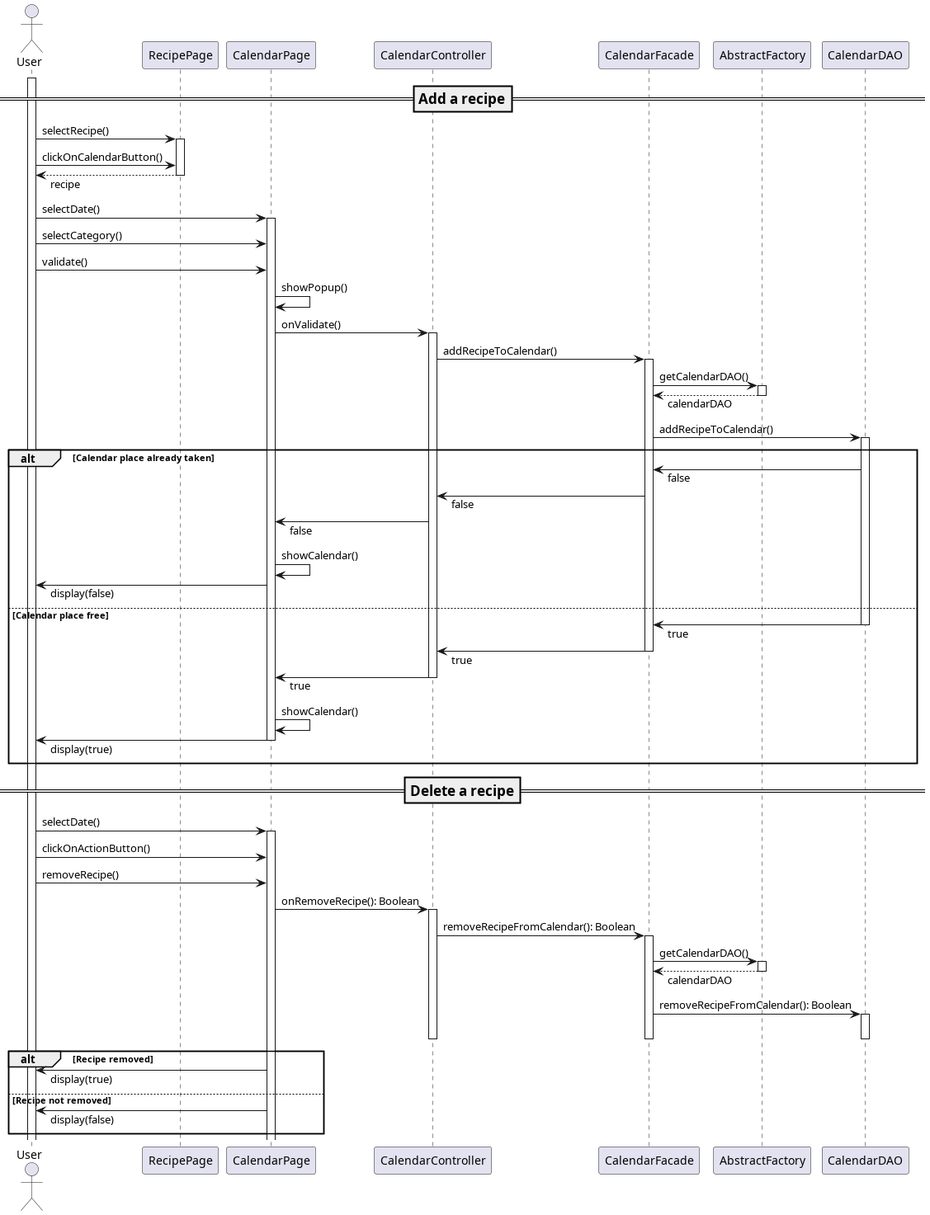
The PlantUML diagram doc/reports/final/img/calendarSequence.png in iusildra/WineCellar, before a commit.
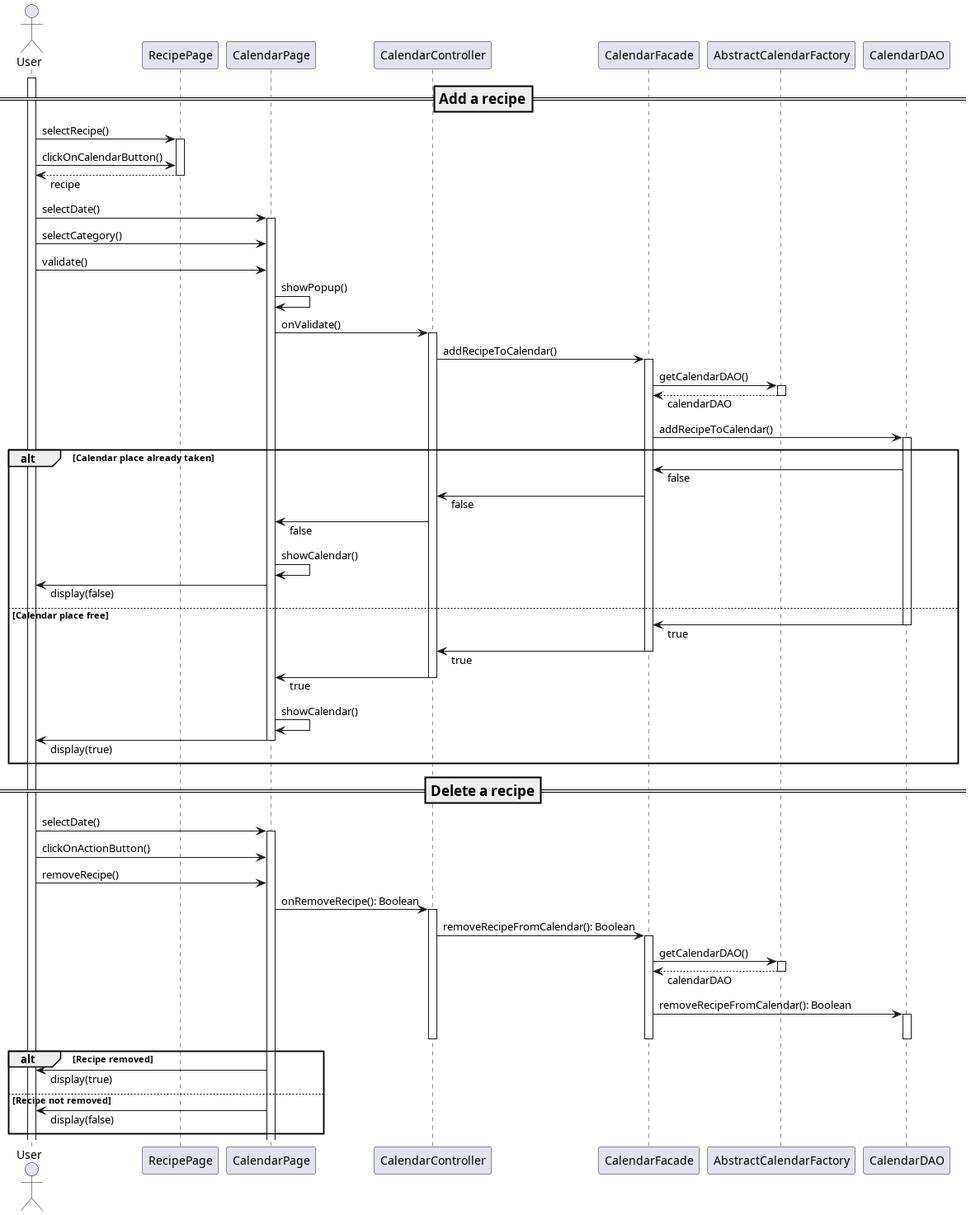
Later version of the same file.

What changed in the source:
```diff
@@ -6,7 +6,7 @@
 participant CalendarPage
 participant CalendarController
 participant CalendarFacade
-participant AbstractFactory
+participant AbstractCalendarFactory
 participant CalendarDAO
 
 === Add a recipe ==
@@ -20,7 +20,7 @@
 CalendarPage -> CalendarPage: showPopup()
 CalendarPage -> CalendarController++: onValidate()
 CalendarController -> CalendarFacade++: addRecipeToCalendar()
-CalendarFacade -> AbstractFactory++: getCalendarDAO()
+CalendarFacade -> AbstractCalendarFactory++: getCalendarDAO()
 return calendarDAO
 CalendarFacade -> CalendarDAO++: addRecipeToCalendar()
 alt Calendar place already taken
@@ -42,7 +42,7 @@
 User -> CalendarPage: removeRecipe()
 CalendarPage -> CalendarController++: onRemoveRecipe(): Boolean
 CalendarController -> CalendarFacade++: removeRecipeFromCalendar(): Boolean
-CalendarFacade -> AbstractFactory++: getCalendarDAO()
+CalendarFacade -> AbstractCalendarFactory++: getCalendarDAO()
 return calendarDAO
 CalendarFacade -> CalendarDAO++: removeRecipeFromCalendar(): Boolean
 deactivate CalendarDAO
```
